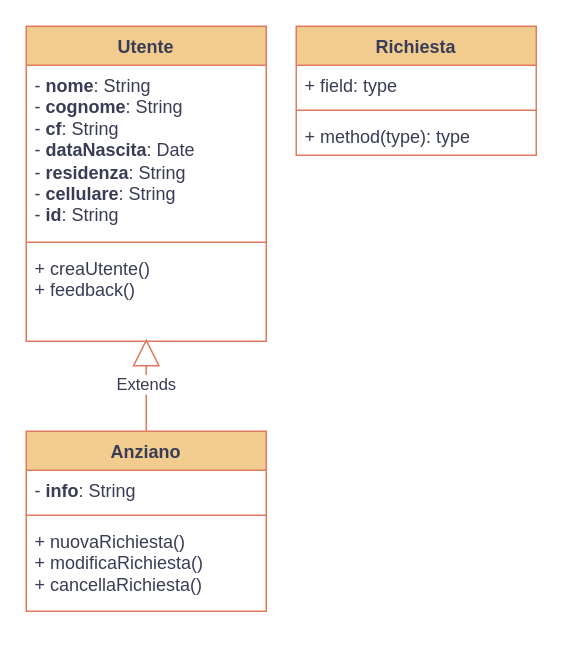
Above: docs/D2 Classi - GenerAzioni.drawio in tt-detto-titti/generazioni (draw.io), before the change. Source tidied: cells renumbered, new cells numbered last; positions are measured from the earlier drawing's top-left corner, leaving out a move shared by most shapes. Both pictures are drawn from the tidied source at 150%, with x=0, y=0 at pixel (26, 26).
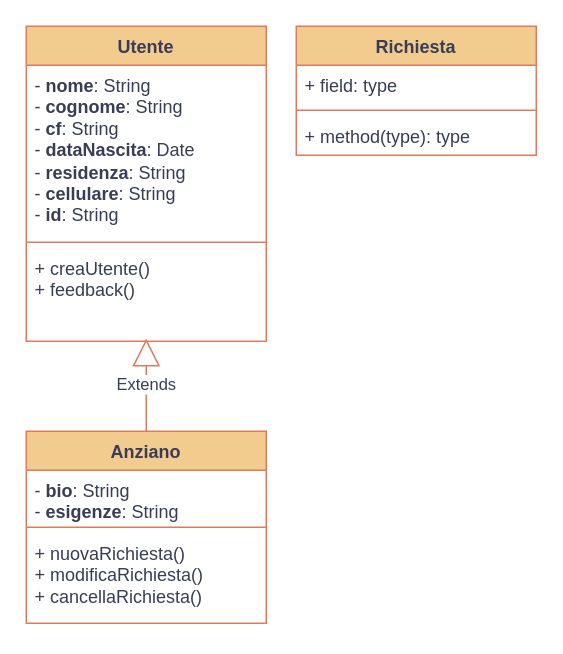
The same diagram, later.

Commit message (it also covers changes not shown here):
Aggiunto diagramma delle classi

Change to the diagram source:
```diff
@@
 <mxGraphModel>
   <root>
     <mxCell id="0" />
     <mxCell id="1" parent="0" />
     <mxCell id="2" value="Utente" style="swimlane;fontStyle=1;align=center;verticalAlign=top;horizontal=1;startSize=26;whiteSpace=wrap;html=1;labelBackgroundColor=none;fillColor=#F2CC8F;strokeColor=#E07A5F;fontColor=#393C56;" parent="1" vertex="1">
       <mxGeometry width="160" height="210" as="geometry" />
     </mxCell>
     <mxCell id="3" value="- &lt;b&gt;nome&lt;/b&gt;: String&lt;div&gt;- &lt;b&gt;cognome&lt;/b&gt;: String&lt;/div&gt;&lt;div&gt;- &lt;b&gt;cf&lt;/b&gt;: String&lt;/div&gt;&lt;div&gt;- &lt;b&gt;dataNascita&lt;/b&gt;: Date&lt;/div&gt;&lt;div&gt;- &lt;b&gt;residenza&lt;/b&gt;: String&lt;/div&gt;&lt;div&gt;- &lt;b&gt;cellulare&lt;/b&gt;: String&lt;/div&gt;&lt;div&gt;- &lt;b&gt;id&lt;/b&gt;: String&lt;/div&gt;" style="text;strokeColor=none;fillColor=none;align=left;verticalAlign=top;spacingLeft=4;spacingRight=4;overflow=hidden;whiteSpace=wrap;html=1;labelBackgroundColor=none;fontColor=#393C56;" parent="2" vertex="1">
       <mxGeometry y="26" width="160" height="114" as="geometry" />
     </mxCell>
     <mxCell id="4" style="line;strokeWidth=1;fillColor=none;align=left;verticalAlign=middle;spacingTop=-1;spacingLeft=3;spacingRight=3;labelPosition=right;strokeColor=#E07A5F;labelBackgroundColor=none;fontColor=#393C56;" parent="2" vertex="1">
       <mxGeometry y="140" width="160" height="8" as="geometry" />
     </mxCell>
     <mxCell id="5" value="&lt;div&gt;+ creaUtente()&lt;/div&gt;+ feedback()" style="text;strokeColor=none;fillColor=none;align=left;verticalAlign=top;spacingLeft=4;spacingRight=4;overflow=hidden;points=[[0,0.5],[1,0.5]];portConstraint=eastwest;whiteSpace=wrap;html=1;labelBackgroundColor=none;fontColor=#393C56;" parent="2" vertex="1">
       <mxGeometry y="148" width="160" height="62" as="geometry" />
     </mxCell>
     <mxCell id="6" value="Richiesta" style="swimlane;fontStyle=1;align=center;verticalAlign=top;horizontal=1;startSize=26;whiteSpace=wrap;html=1;strokeColor=#E07A5F;fontColor=#393C56;fillColor=#F2CC8F;" parent="1" vertex="1">
       <mxGeometry x="180" width="160" height="86" as="geometry" />
     </mxCell>
     <mxCell id="7" value="+ field: type" style="text;strokeColor=none;fillColor=none;align=left;verticalAlign=top;spacingLeft=4;spacingRight=4;overflow=hidden;whiteSpace=wrap;html=1;fontColor=#393C56;" parent="6" vertex="1">
       <mxGeometry y="26" width="160" height="26" as="geometry" />
     </mxCell>
     <mxCell id="8" style="line;strokeWidth=1;fillColor=none;align=left;verticalAlign=middle;spacingTop=-1;spacingLeft=3;spacingRight=3;labelPosition=right;strokeColor=inherit;fontColor=#393C56;" parent="6" vertex="1">
       <mxGeometry y="52" width="160" height="8" as="geometry" />
     </mxCell>
     <mxCell id="9" value="+ method(type): type" style="text;strokeColor=none;fillColor=none;align=left;verticalAlign=top;spacingLeft=4;spacingRight=4;overflow=hidden;whiteSpace=wrap;html=1;fontColor=#393C56;" parent="6" vertex="1">
       <mxGeometry y="60" width="160" height="26" as="geometry" />
     </mxCell>
     <mxCell id="10" value="Anziano&lt;div&gt;&lt;br&gt;&lt;/div&gt;" style="swimlane;fontStyle=1;align=center;verticalAlign=top;horizontal=1;startSize=26;whiteSpace=wrap;html=1;strokeColor=#E07A5F;fontColor=#393C56;fillColor=#F2CC8F;" parent="1" vertex="1">
-      <mxGeometry y="270" width="160" height="120" as="geometry" />
+      <mxGeometry y="270" width="160" height="128" as="geometry" />
     </mxCell>
-    <mxCell id="11" value="- &lt;b&gt;info&lt;/b&gt;: String" style="text;strokeColor=none;fillColor=none;align=left;verticalAlign=top;spacingLeft=4;spacingRight=4;overflow=hidden;whiteSpace=wrap;html=1;fontColor=#393C56;" parent="10" vertex="1">
-      <mxGeometry y="26" width="160" height="26" as="geometry" />
+    <mxCell id="11" value="- &lt;b&gt;bio&lt;/b&gt;: String&lt;div&gt;- &lt;b&gt;esigenze&lt;/b&gt;: String&lt;/div&gt;" style="text;strokeColor=none;fillColor=none;align=left;verticalAlign=top;spacingLeft=4;spacingRight=4;overflow=hidden;whiteSpace=wrap;html=1;fontColor=#393C56;" parent="10" vertex="1">
+      <mxGeometry y="26" width="160" height="34" as="geometry" />
     </mxCell>
     <mxCell id="12" style="line;strokeWidth=1;fillColor=none;align=left;verticalAlign=middle;spacingTop=-1;spacingLeft=3;spacingRight=3;labelPosition=right;strokeColor=inherit;fontColor=#393C56;" parent="10" vertex="1">
-      <mxGeometry y="52" width="160" height="8" as="geometry" />
+      <mxGeometry y="60" width="160" height="8" as="geometry" />
     </mxCell>
     <mxCell id="13" value="+ nuovaRichiesta()&lt;div&gt;+ modificaRichiesta()&lt;/div&gt;&lt;div&gt;+ cancellaRichiesta()&lt;/div&gt;&lt;div&gt;&lt;br&gt;&lt;/div&gt;" style="text;strokeColor=none;fillColor=none;align=left;verticalAlign=top;spacingLeft=4;spacingRight=4;overflow=hidden;whiteSpace=wrap;html=1;fontColor=#393C56;" parent="10" vertex="1">
-      <mxGeometry y="60" width="160" height="60" as="geometry" />
+      <mxGeometry y="68" width="160" height="60" as="geometry" />
     </mxCell>
     <mxCell id="14" value="Extends" style="endArrow=block;endSize=16;endFill=0;html=1;rounded=0;strokeColor=#E07A5F;fontColor=#393C56;fillColor=#F2CC8F;exitX=0.5;exitY=0;exitDx=0;exitDy=0;entryX=0.5;entryY=0.972;entryDx=0;entryDy=0;entryPerimeter=0;" parent="1" edge="1" source="10" target="5">
       <mxGeometry relative="1" as="geometry" />
     </mxCell>
   </root>
 </mxGraphModel>
```
